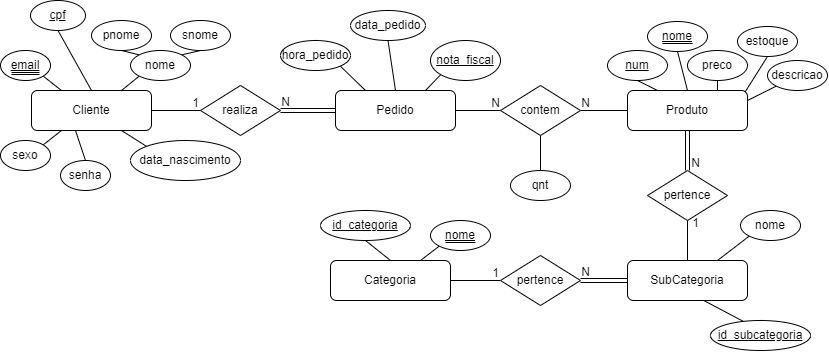
The draw.io diagram EntregaA/DER.png in gabryeleite/PetStation, before a commit. Source tidied: cells renumbered, new cells last; positions are measured from the earlier drawing's top-left corner, leaving out a move shared by most shapes.
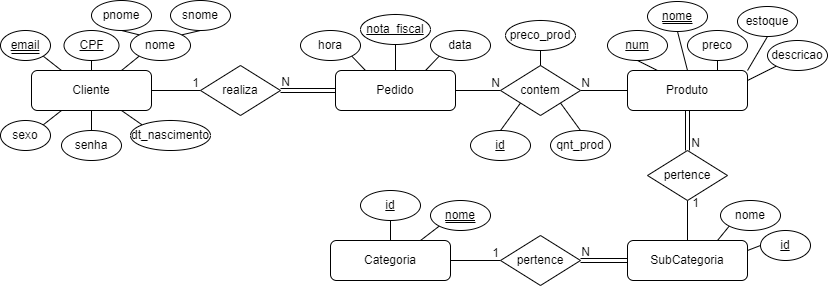
Later version of the same file.

Diff of the diagram source:
```diff
@@ -29,7 +29,7 @@
     <mxCell id="10" value="descricao" style="strokeWidth=1;html=1;shape=mxgraph.flowchart.start_1;whiteSpace=wrap;" parent="1" vertex="1">
       <mxGeometry x="767" y="60" width="60" height="30" as="geometry" />
     </mxCell>
-    <mxCell id="11" style="rounded=0;jettySize=auto;html=1;exitX=0.5;exitY=1;exitDx=0;exitDy=0;exitPerimeter=0;endArrow=none;endFill=0;entryX=0.98;entryY=0.038;entryDx=0;entryDy=0;entryPerimeter=0;" parent="1" edge="1" source="12" target="3">
+    <mxCell id="11" style="rounded=0;jettySize=auto;html=1;exitX=0.5;exitY=1;exitDx=0;exitDy=0;exitPerimeter=0;endArrow=none;endFill=0;entryX=1;entryY=0;entryDx=0;entryDy=0;" parent="1" edge="1" source="12" target="3">
       <mxGeometry relative="1" as="geometry" />
     </mxCell>
     <mxCell id="12" value="estoque" style="strokeWidth=1;html=1;shape=mxgraph.flowchart.start_1;whiteSpace=wrap;" parent="1" vertex="1">
@@ -47,8 +47,8 @@
     <mxCell id="16" style="rounded=0;jettySize=auto;html=1;exitX=0.5;exitY=1;exitDx=0;exitDy=0;exitPerimeter=0;entryX=0.5;entryY=0;entryDx=0;entryDy=0;endArrow=none;endFill=0;" parent="1" edge="1" source="17" target="15">
       <mxGeometry relative="1" as="geometry" />
     </mxCell>
-    <mxCell id="17" value="&lt;u&gt;cpf&lt;/u&gt;" style="strokeWidth=1;html=1;shape=mxgraph.flowchart.start_1;whiteSpace=wrap;" parent="1" vertex="1">
-      <mxGeometry x="30" width="55" height="30" as="geometry" />
+    <mxCell id="17" value="&lt;u&gt;CPF&lt;/u&gt;" style="strokeWidth=1;html=1;shape=mxgraph.flowchart.start_1;whiteSpace=wrap;" parent="1" vertex="1">
+      <mxGeometry x="63.5" y="50" width="55" height="30" as="geometry" />
     </mxCell>
     <mxCell id="18" style="rounded=0;jettySize=auto;html=1;exitX=0.145;exitY=0.855;exitDx=0;exitDy=0;exitPerimeter=0;entryX=0.75;entryY=0;entryDx=0;entryDy=0;endArrow=none;endFill=0;" parent="1" edge="1" source="19" target="15">
       <mxGeometry relative="1" as="geometry" />
@@ -56,6 +56,12 @@
     <mxCell id="19" value="nome" style="strokeWidth=1;html=1;shape=mxgraph.flowchart.start_1;whiteSpace=wrap;" parent="1" vertex="1">
       <mxGeometry x="130" y="50" width="60" height="30" as="geometry" />
     </mxCell>
+    <mxCell id="72" style="rounded=0;jettySize=auto;html=1;exitX=0.5;exitY=0;exitDx=0;exitDy=0;exitPerimeter=0;entryX=0.5;entryY=1;entryDx=0;entryDy=0;endArrow=none;endFill=0;" parent="1" edge="1" source="71" target="15">
+      <mxGeometry relative="1" as="geometry" />
+    </mxCell>
+    <mxCell id="71" value="senha" style="strokeWidth=1;html=1;shape=mxgraph.flowchart.start_1;whiteSpace=wrap;" parent="1" vertex="1">
+      <mxGeometry x="61" y="150" width="60" height="30" as="geometry" />
+    </mxCell>
     <mxCell id="20" style="rounded=0;jettySize=auto;html=1;exitX=0.855;exitY=0.855;exitDx=0;exitDy=0;exitPerimeter=0;entryX=0.25;entryY=0;entryDx=0;entryDy=0;endArrow=none;endFill=0;" parent="1" edge="1" source="21" target="15">
       <mxGeometry relative="1" as="geometry" />
     </mxCell>
@@ -71,8 +77,8 @@
     <mxCell id="24" style="rounded=0;jettySize=auto;html=1;exitX=0.145;exitY=0.145;exitDx=0;exitDy=0;exitPerimeter=0;entryX=0.75;entryY=1;entryDx=0;entryDy=0;endArrow=none;endFill=0;" parent="1" edge="1" source="25" target="15">
       <mxGeometry relative="1" as="geometry" />
     </mxCell>
-    <mxCell id="25" value="data_nascimento" style="strokeWidth=1;html=1;shape=mxgraph.flowchart.start_1;whiteSpace=wrap;" parent="1" vertex="1">
-      <mxGeometry x="130" y="140" width="110" height="40" as="geometry" />
+    <mxCell id="25" value="dt_nascimento" style="strokeWidth=1;html=1;shape=mxgraph.flowchart.start_1;whiteSpace=wrap;" parent="1" vertex="1">
+      <mxGeometry x="130" y="140" width="80" height="30" as="geometry" />
     </mxCell>
     <mxCell id="26" value="pnome" style="strokeWidth=1;html=1;shape=mxgraph.flowchart.start_1;whiteSpace=wrap;" parent="1" vertex="1">
       <mxGeometry x="91" y="20" width="60" height="30" as="geometry" />
@@ -86,14 +92,14 @@
     <mxCell id="29" value="Pedido" style="rounded=1;whiteSpace=wrap;html=1;fontSize=12;glass=0;strokeWidth=1;shadow=0;" parent="1" vertex="1">
       <mxGeometry x="335" y="90" width="120" height="40" as="geometry" />
     </mxCell>
-    <mxCell id="30" value="&lt;u&gt;nota_fiscal&lt;/u&gt;" style="strokeWidth=1;html=1;shape=mxgraph.flowchart.start_1;whiteSpace=wrap;" parent="1" vertex="1">
-      <mxGeometry x="430" y="40" width="70" height="40" as="geometry" />
+    <mxCell id="30" value="data" style="strokeWidth=1;html=1;shape=mxgraph.flowchart.start_1;whiteSpace=wrap;" parent="1" vertex="1">
+      <mxGeometry x="430" y="50" width="60" height="30" as="geometry" />
     </mxCell>
     <mxCell id="31" style="rounded=0;jettySize=auto;html=1;exitX=0.5;exitY=1;exitDx=0;exitDy=0;exitPerimeter=0;entryX=0.5;entryY=0;entryDx=0;entryDy=0;endArrow=none;endFill=0;" parent="1" edge="1" source="32" target="29">
       <mxGeometry relative="1" as="geometry" />
     </mxCell>
-    <mxCell id="32" value="data_pedido" style="strokeWidth=1;html=1;shape=mxgraph.flowchart.start_1;whiteSpace=wrap;" parent="1" vertex="1">
-      <mxGeometry x="350" y="10" width="75" height="30" as="geometry" />
+    <mxCell id="32" value="&lt;u&gt;nota_fiscal&lt;/u&gt;" style="strokeWidth=1;html=1;shape=mxgraph.flowchart.start_1;whiteSpace=wrap;" parent="1" vertex="1">
+      <mxGeometry x="360" y="34" width="70" height="30" as="geometry" />
     </mxCell>
     <mxCell id="33" style="rounded=0;jettySize=auto;html=1;exitX=1;exitY=0.5;exitDx=0;exitDy=0;entryX=0;entryY=0.5;entryDx=0;entryDy=0;endArrow=none;endFill=0;shape=link;" parent="1" edge="1" source="34" target="29">
       <mxGeometry relative="1" as="geometry" />
@@ -116,11 +122,11 @@
     <mxCell id="39" style="rounded=0;jettySize=auto;html=1;exitX=0.75;exitY=0;exitDx=0;exitDy=0;entryX=0.145;entryY=0.855;entryDx=0;entryDy=0;entryPerimeter=0;endArrow=none;endFill=0;" parent="1" edge="1" source="29" target="30">
       <mxGeometry relative="1" as="geometry" />
     </mxCell>
-    <mxCell id="40" style="rounded=0;jettySize=auto;html=1;exitX=0.5;exitY=1;exitDx=0;exitDy=0;exitPerimeter=0;endArrow=none;endFill=0;entryX=0.5;entryY=1;entryDx=0;entryDy=0;" parent="1" edge="1" source="41" target="36">
+    <mxCell id="40" style="rounded=0;jettySize=auto;html=1;exitX=0.5;exitY=1;exitDx=0;exitDy=0;exitPerimeter=0;entryX=0.5;entryY=0;entryDx=0;entryDy=0;endArrow=none;endFill=0;" parent="1" edge="1" source="41" target="36">
       <mxGeometry relative="1" as="geometry" />
     </mxCell>
-    <mxCell id="41" value="qnt" style="strokeWidth=1;html=1;shape=mxgraph.flowchart.start_1;whiteSpace=wrap;" parent="1" vertex="1">
-      <mxGeometry x="510" y="170" width="60" height="30" as="geometry" />
+    <mxCell id="41" value="preco_prod" style="strokeWidth=1;html=1;shape=mxgraph.flowchart.start_1;whiteSpace=wrap;" parent="1" vertex="1">
+      <mxGeometry x="505" y="40" width="70" height="30" as="geometry" />
     </mxCell>
     <mxCell id="42" style="rounded=0;jettySize=auto;html=1;exitX=0.5;exitY=1;exitDx=0;exitDy=0;entryX=0.5;entryY=0;entryDx=0;entryDy=0;endArrow=none;endFill=0;" parent="1" edge="1" source="43" target="45">
       <mxGeometry relative="1" as="geometry" />
@@ -144,7 +150,7 @@
       <mxGeometry x="500" y="255" width="80" height="50" as="geometry" />
     </mxCell>
     <mxCell id="49" value="nome" style="strokeWidth=1;html=1;shape=mxgraph.flowchart.start_1;whiteSpace=wrap;" parent="1" vertex="1">
-      <mxGeometry x="740" y="210" width="60" height="30" as="geometry" />
+      <mxGeometry x="720" y="220" width="60" height="30" as="geometry" />
     </mxCell>
     <mxCell id="50" value="&lt;u&gt;nome&lt;/u&gt;" style="strokeWidth=1;html=1;shape=mxgraph.flowchart.start_1;whiteSpace=wrap;" parent="1" vertex="1">
       <mxGeometry x="430" y="220" width="60" height="30" as="geometry" />
@@ -182,20 +188,20 @@
     <mxCell id="61" style="rounded=0;jettySize=auto;html=1;exitX=0.5;exitY=1;exitDx=0;exitDy=0;exitPerimeter=0;entryX=0.5;entryY=0;entryDx=0;entryDy=0;endArrow=none;endFill=0;" parent="1" edge="1" source="62" target="47">
       <mxGeometry relative="1" as="geometry" />
     </mxCell>
-    <mxCell id="62" value="&lt;u&gt;id_categoria&lt;/u&gt;" style="strokeWidth=1;html=1;shape=mxgraph.flowchart.start_1;whiteSpace=wrap;" parent="1" vertex="1">
-      <mxGeometry x="320" y="210" width="90" height="30" as="geometry" />
+    <mxCell id="62" value="&lt;u&gt;id&lt;/u&gt;" style="strokeWidth=1;html=1;shape=mxgraph.flowchart.start_1;whiteSpace=wrap;" parent="1" vertex="1">
+      <mxGeometry x="360" y="210" width="60" height="30" as="geometry" />
     </mxCell>
-    <mxCell id="63" style="rounded=0;jettySize=auto;html=1;exitX=0.368;exitY=0.1;exitDx=0;exitDy=0;exitPerimeter=0;entryX=0.634;entryY=0.997;entryDx=0;entryDy=0;endArrow=none;endFill=0;entryPerimeter=0;" parent="1" edge="1" source="64" target="45">
+    <mxCell id="63" style="rounded=0;jettySize=auto;html=1;exitX=0;exitY=0.5;exitDx=0;exitDy=0;exitPerimeter=0;entryX=1;entryY=0.25;entryDx=0;entryDy=0;endArrow=none;endFill=0;" parent="1" edge="1" source="64" target="45">
       <mxGeometry relative="1" as="geometry" />
     </mxCell>
-    <mxCell id="64" value="&lt;u&gt;id_subcategoria&lt;/u&gt;" style="strokeWidth=1;html=1;shape=mxgraph.flowchart.start_1;whiteSpace=wrap;" parent="1" vertex="1">
-      <mxGeometry x="710" y="320" width="100" height="30" as="geometry" />
+    <mxCell id="64" value="&lt;u&gt;id&lt;/u&gt;" style="strokeWidth=1;html=1;shape=mxgraph.flowchart.start_1;whiteSpace=wrap;" parent="1" vertex="1">
+      <mxGeometry x="760" y="250" width="50" height="30" as="geometry" />
     </mxCell>
     <mxCell id="65" style="rounded=0;jettySize=auto;html=1;exitX=0.855;exitY=0.855;exitDx=0;exitDy=0;exitPerimeter=0;entryX=0.25;entryY=0;entryDx=0;entryDy=0;endArrow=none;endFill=0;" parent="1" edge="1" source="66" target="29">
       <mxGeometry relative="1" as="geometry" />
     </mxCell>
-    <mxCell id="66" value="hora_pedido" style="strokeWidth=1;html=1;shape=mxgraph.flowchart.start_1;whiteSpace=wrap;" parent="1" vertex="1">
-      <mxGeometry x="280" y="40" width="70" height="30" as="geometry" />
+    <mxCell id="66" value="hora" style="strokeWidth=1;html=1;shape=mxgraph.flowchart.start_1;whiteSpace=wrap;" parent="1" vertex="1">
+      <mxGeometry x="300" y="50" width="60" height="30" as="geometry" />
     </mxCell>
     <mxCell id="67" style="endArrow=none;html=1;rounded=0;" parent="1" edge="1">
       <mxGeometry relative="1" as="geometry">
@@ -209,23 +215,23 @@
         <mxPoint x="475" y="242" as="targetPoint" />
       </mxGeometry>
     </mxCell>
-    <mxCell id="69" style="endArrow=none;html=1;rounded=0;" parent="1" edge="1">
-      <mxGeometry relative="1" as="geometry">
-        <mxPoint x="11" y="74" as="sourcePoint" />
-        <mxPoint x="39" y="74" as="targetPoint" />
-      </mxGeometry>
-    </mxCell>
     <mxCell id="70" style="endArrow=none;html=1;rounded=0;" parent="1" edge="1">
       <mxGeometry relative="1" as="geometry">
-        <mxPoint x="11" y="72" as="sourcePoint" />
-        <mxPoint x="39" y="72" as="targetPoint" />
+        <mxPoint x="11" y="73" as="sourcePoint" />
+        <mxPoint x="39" y="73" as="targetPoint" />
       </mxGeometry>
     </mxCell>
-    <mxCell id="71" value="senha" style="strokeWidth=1;html=1;shape=mxgraph.flowchart.start_1;whiteSpace=wrap;" parent="1" vertex="1">
-      <mxGeometry x="60" y="160" width="50" height="30" as="geometry" />
-    </mxCell>
-    <mxCell id="72" style="rounded=0;jettySize=auto;html=1;entryX=0.368;entryY=1.014;entryDx=0;entryDy=0;endArrow=none;endFill=0;entryPerimeter=0;exitX=0.5;exitY=0;exitDx=0;exitDy=0;exitPerimeter=0;" parent="1" edge="1" source="71" target="15">
-      <mxGeometry relative="1" as="geometry" />
-    </mxCell>
+    <mxCell id="73" value="qnt_prod" style="strokeWidth=1;html=1;shape=mxgraph.flowchart.start_1;whiteSpace=wrap;" parent="1" vertex="1">
+      <mxGeometry x="550" y="150" width="60" height="30" as="geometry" />
+    </mxCell>
+    <mxCell id="74" style="rounded=0;jettySize=auto;html=1;exitX=1;exitY=1;exitDx=0;exitDy=0;entryX=0.5;entryY=0;entryDx=0;entryDy=0;endArrow=none;endFill=0;entryPerimeter=0;" parent="1" edge="1" source="36" target="73">
+      <mxGeometry relative="1" as="geometry" />
+    </mxCell>
+    <mxCell id="75" value="&lt;u&gt;id&lt;/u&gt;" style="strokeWidth=1;html=1;shape=mxgraph.flowchart.start_1;whiteSpace=wrap;" parent="1" vertex="1">
+      <mxGeometry x="470" y="150" width="60" height="30" as="geometry" />
+    </mxCell>
+    <mxCell id="76" style="rounded=0;jettySize=auto;html=1;exitX=0;exitY=1;exitDx=0;exitDy=0;entryX=0.5;entryY=0;entryDx=0;entryDy=0;endArrow=none;endFill=0;entryPerimeter=0;" parent="1" edge="1" source="36" target="75">
+      <mxGeometry relative="1" as="geometry" />
+    </mxCell>
   </root>
 </mxGraphModel>
```
